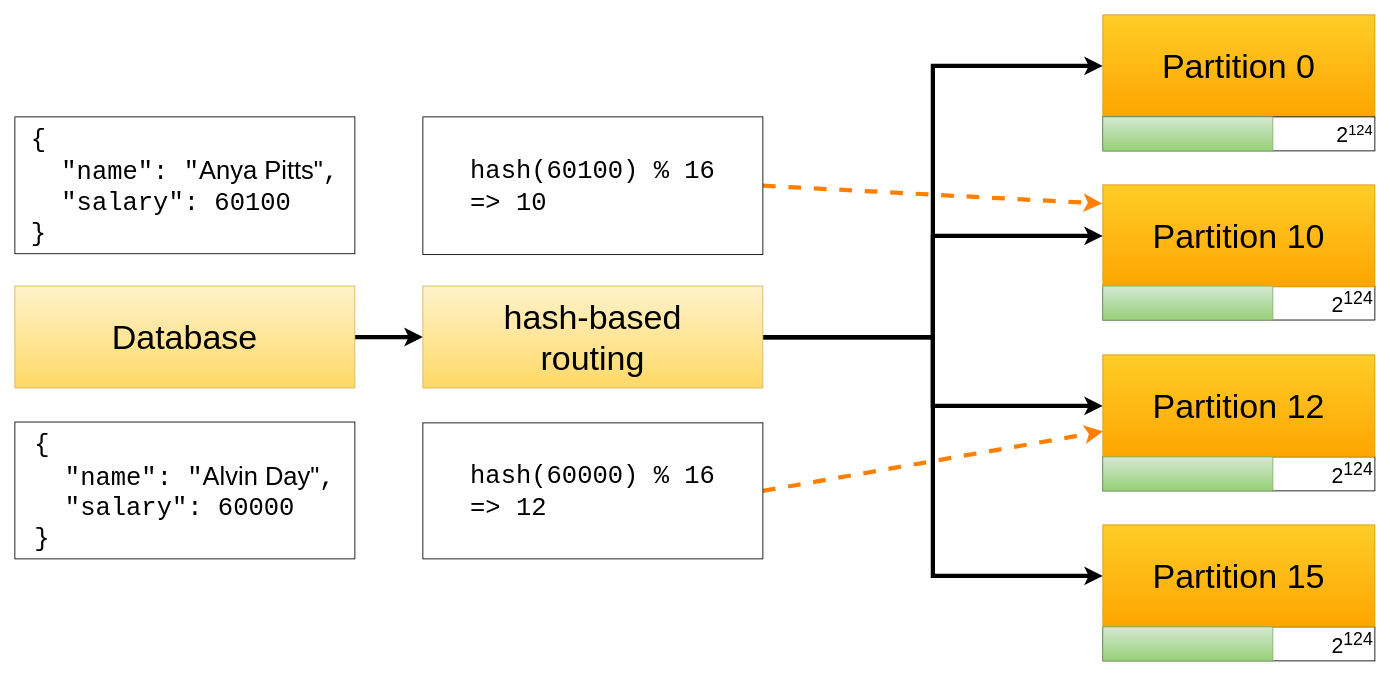
TheDigitalCatOnline/blog_source keeps this draw.io diagram as images/consistent-hashing-and-cache-partitioning/hash_functions_and_range_queries.drawio. Above is the earlier version. Source tidied: cells renumbered, new cells numbered last; positions are measured from the earlier drawing's top-left corner, leaving out a move shared by most shapes. Both pictures are drawn from the tidied source at 85%, with x=0, y=0 at pixel (14, 14).
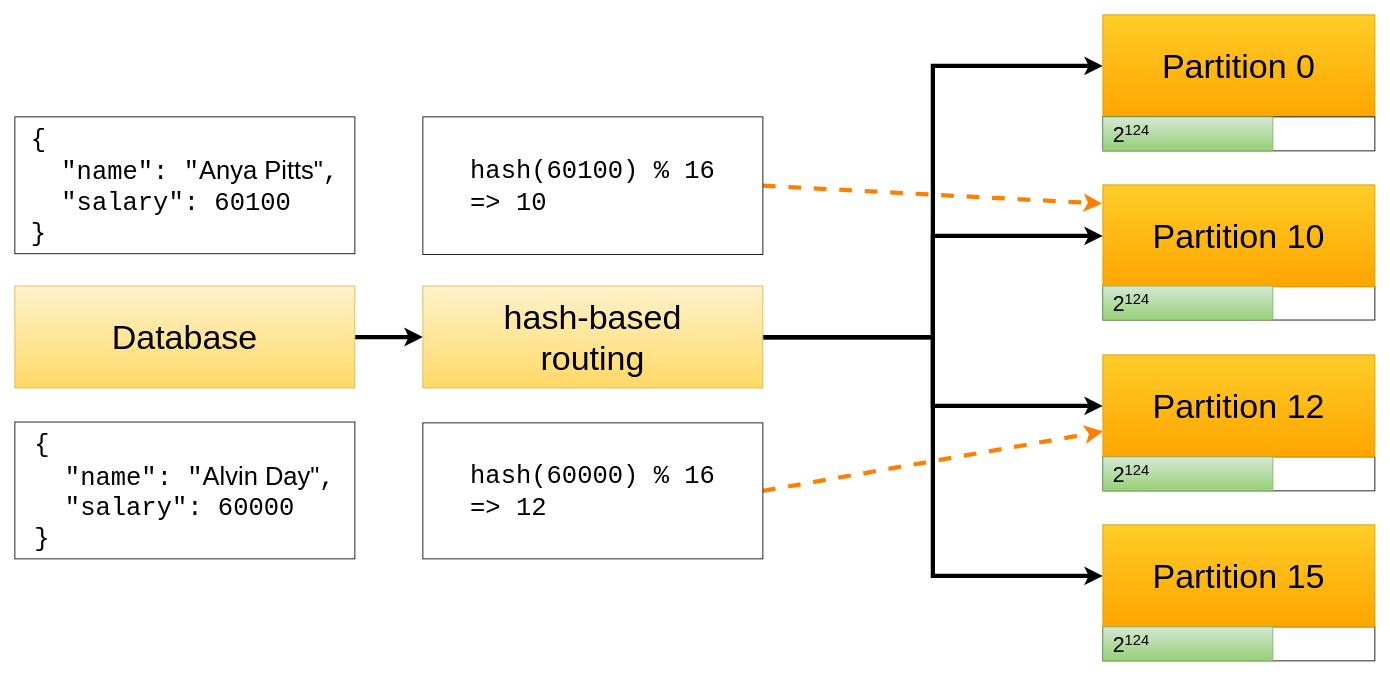
Above is the later version.

Diff of the diagram source:
```diff
@@
-    <mxCell id="2" value="2&lt;sup&gt;124&lt;/sup&gt;" style="rounded=0;whiteSpace=wrap;html=1;fontSize=25;align=right;" parent="1" vertex="1">
+    <mxCell id="2" style="rounded=0;whiteSpace=wrap;html=1;fontSize=25;align=right;" parent="1" vertex="1">
       <mxGeometry x="1280" y="319" width="320" height="40" as="geometry" />
     </mxCell>
-    <mxCell id="3" value="2&lt;sup&gt;124&lt;/sup&gt;" style="rounded=0;whiteSpace=wrap;html=1;fontSize=25;align=right;" parent="1" vertex="1">
+    <mxCell id="3" style="rounded=0;whiteSpace=wrap;html=1;fontSize=25;align=right;" parent="1" vertex="1">
       <mxGeometry x="1280" y="520" width="320" height="40" as="geometry" />
     </mxCell>
@@
-    <mxCell id="13" value="2&lt;span style=&quot;font-size: 20.8333px;&quot;&gt;&lt;sup&gt;124&lt;/sup&gt;&lt;/span&gt;" style="rounded=0;whiteSpace=wrap;html=1;fontSize=25;align=right;" parent="1" vertex="1">
+    <mxCell id="13" style="rounded=0;whiteSpace=wrap;html=1;fontSize=25;align=right;" parent="1" vertex="1">
       <mxGeometry x="1280" y="120" width="320" height="40" as="geometry" />
     </mxCell>
-    <mxCell id="14" style="rounded=0;whiteSpace=wrap;html=1;fontSize=25;fillColor=#d5e8d4;gradientColor=#97d077;strokeColor=#82b366;" parent="1" vertex="1">
+    <mxCell id="14" value="&lt;div style=&quot;&quot;&gt;&lt;span style=&quot;background-color: initial;&quot;&gt;2&lt;/span&gt;&lt;span style=&quot;background-color: initial; font-size: 20.8333px;&quot;&gt;&lt;sup&gt;124&lt;/sup&gt;&lt;/span&gt;&lt;/div&gt;" style="rounded=0;whiteSpace=wrap;html=1;fontSize=25;fillColor=#d5e8d4;gradientColor=#97d077;strokeColor=#82b366;align=left;spacingLeft=10;" parent="1" vertex="1">
       <mxGeometry x="1280" y="120" width="200" height="40" as="geometry" />
     </mxCell>
@@
-    <mxCell id="16" style="rounded=0;whiteSpace=wrap;html=1;fontSize=25;fillColor=#d5e8d4;gradientColor=#97d077;strokeColor=#82b366;" parent="1" vertex="1">
-      <mxGeometry x="1280" y="319" width="200" height="40" as="geometry" />
-    </mxCell>
-    <mxCell id="17" style="rounded=0;whiteSpace=wrap;html=1;fontSize=25;fillColor=#d5e8d4;gradientColor=#97d077;strokeColor=#82b366;" parent="1" vertex="1">
-      <mxGeometry x="1280" y="520" width="200" height="40" as="geometry" />
-    </mxCell>
@@
-    <mxCell id="21" value="2&lt;sup&gt;124&lt;/sup&gt;" style="rounded=0;whiteSpace=wrap;html=1;fontSize=25;align=right;" parent="1" vertex="1">
+    <mxCell id="21" style="rounded=0;whiteSpace=wrap;html=1;fontSize=25;align=right;" parent="1" vertex="1">
       <mxGeometry x="1280" y="720" width="320" height="40" as="geometry" />
     </mxCell>
@@
-    <mxCell id="23" style="rounded=0;whiteSpace=wrap;html=1;fontSize=25;fillColor=#d5e8d4;gradientColor=#97d077;strokeColor=#82b366;" parent="1" vertex="1">
-      <mxGeometry x="1280" y="720" width="200" height="40" as="geometry" />
-    </mxCell>
@@
+    <mxCell id="27" value="&lt;div style=&quot;&quot;&gt;&lt;span style=&quot;background-color: initial;&quot;&gt;2&lt;/span&gt;&lt;span style=&quot;background-color: initial; font-size: 20.8333px;&quot;&gt;&lt;sup&gt;124&lt;/sup&gt;&lt;/span&gt;&lt;/div&gt;" style="rounded=0;whiteSpace=wrap;html=1;fontSize=25;fillColor=#d5e8d4;gradientColor=#97d077;strokeColor=#82b366;align=left;spacingLeft=10;" parent="1" vertex="1">
+      <mxGeometry x="1280" y="319" width="200" height="40" as="geometry" />
+    </mxCell>
+    <mxCell id="28" value="&lt;div style=&quot;&quot;&gt;&lt;span style=&quot;background-color: initial;&quot;&gt;2&lt;/span&gt;&lt;span style=&quot;background-color: initial; font-size: 20.8333px;&quot;&gt;&lt;sup&gt;124&lt;/sup&gt;&lt;/span&gt;&lt;/div&gt;" style="rounded=0;whiteSpace=wrap;html=1;fontSize=25;fillColor=#d5e8d4;gradientColor=#97d077;strokeColor=#82b366;align=left;spacingLeft=10;" parent="1" vertex="1">
+      <mxGeometry x="1280" y="520" width="200" height="40" as="geometry" />
+    </mxCell>
+    <mxCell id="29" value="&lt;div style=&quot;&quot;&gt;&lt;span style=&quot;background-color: initial;&quot;&gt;2&lt;/span&gt;&lt;span style=&quot;background-color: initial; font-size: 20.8333px;&quot;&gt;&lt;sup&gt;124&lt;/sup&gt;&lt;/span&gt;&lt;/div&gt;" style="rounded=0;whiteSpace=wrap;html=1;fontSize=25;fillColor=#d5e8d4;gradientColor=#97d077;strokeColor=#82b366;align=left;spacingLeft=10;" parent="1" vertex="1">
+      <mxGeometry x="1280" y="720" width="200" height="40" as="geometry" />
+    </mxCell>
```
